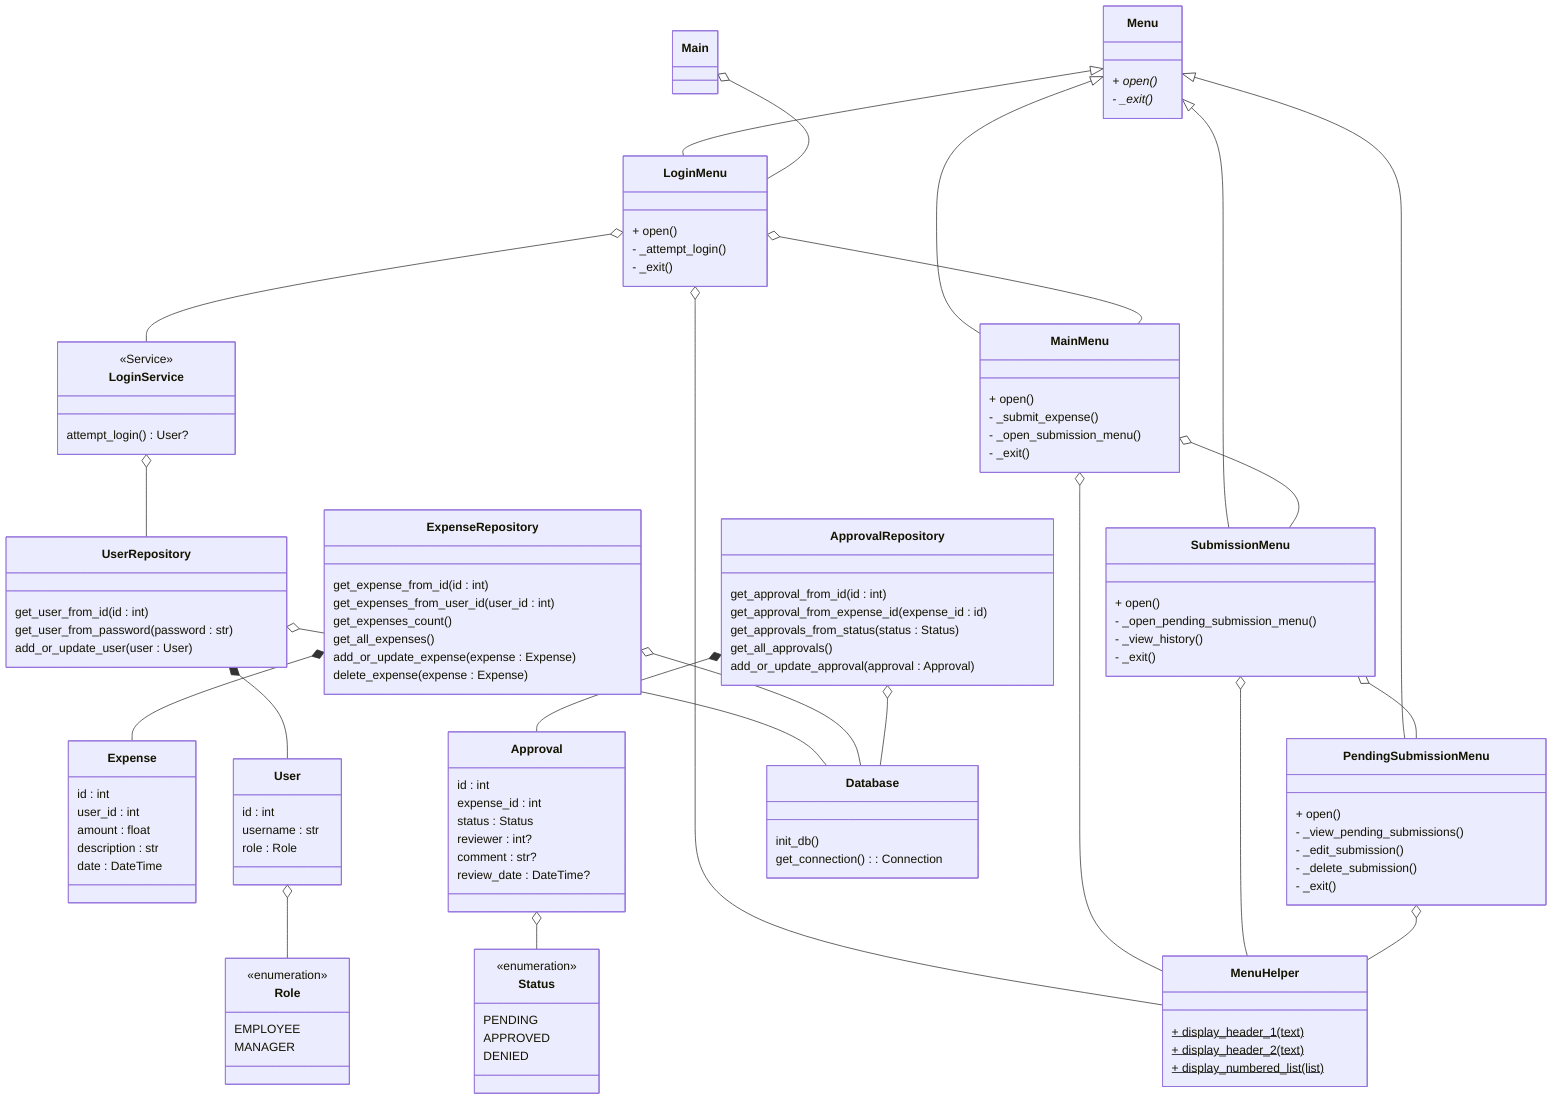
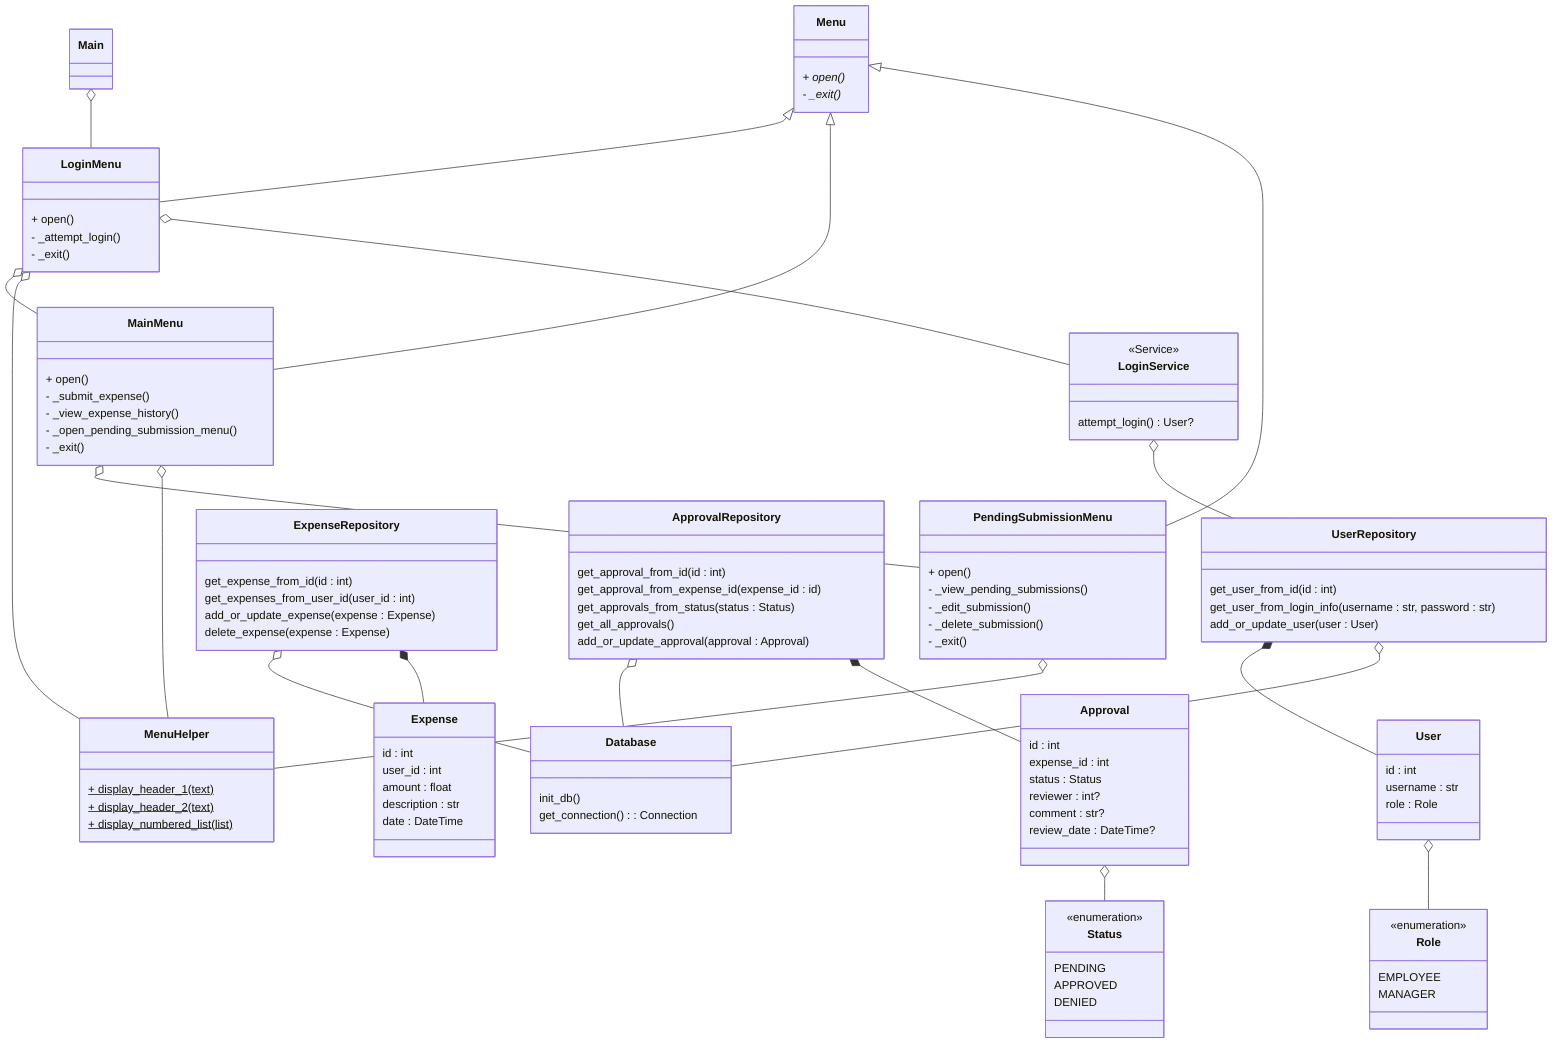
classDiagram
    class LoginService {
        <<Service>>
        attempt_login() User?
    }

    class Expense {
        id : int
        user_id : int
        amount : float
        description : str
        date : DateTime
    }

    class Approval {
        id : int
        expense_id : int
        status : Status
        reviewer : int?
        comment : str?
        review_date : DateTime?
    }

    class User {
        id : int
        username : str
        role : Role
    }

    class Role {
        <<enumeration>>
        EMPLOYEE
        MANAGER
    }

    class Status {
        <<enumeration>>
        PENDING
        APPROVED
        DENIED
    }

    class Menu {
        + open()*
        - _exit()*
    }

    class LoginMenu {
        + open()
        - _attempt_login()
        - _exit()
    }

    class MainMenu {
        + open()
        - _submit_expense()
-         - _open_submission_menu()
-         - _exit()
-     }
- 
-     class SubmissionMenu {
-         + open()
+         - _view_expense_history()
        - _open_pending_submission_menu()
-         - _view_history()
        - _exit()
    }

    class PendingSubmissionMenu {
        + open()
        - _view_pending_submissions()
        - _edit_submission()
        - _delete_submission()
        - _exit()
    }

    class Main { }

    class MenuHelper {
        + display_header_1(text)$
        + display_header_2(text)$
        + display_numbered_list(list)$
    }

    class Database {
        init_db()
        get_connection() : Connection
    }

    class UserRepository {
        get_user_from_id(id : int)
-         get_user_from_password(password : str)
+         get_user_from_login_info(username : str, password : str)
        add_or_update_user(user : User)
    }

    class ExpenseRepository {
        get_expense_from_id(id : int)
        get_expenses_from_user_id(user_id : int)
-         get_expenses_count()
-         get_all_expenses()
        add_or_update_expense(expense : Expense)
        delete_expense(expense : Expense)
    }

    class ApprovalRepository {
        get_approval_from_id(id : int)
        get_approval_from_expense_id(expense_id : id)
        get_approvals_from_status(status : Status)
        get_all_approvals()
        add_or_update_approval(approval : Approval)
    }



    Approval o-- Status
    User o-- Role

    Menu <|-- LoginMenu
    Menu <|-- MainMenu
-     Menu <|-- SubmissionMenu
    Menu <|-- PendingSubmissionMenu

    Main o-- LoginMenu
    LoginMenu o-- MainMenu
-     MainMenu o-- SubmissionMenu
-     SubmissionMenu o-- PendingSubmissionMenu
+     MainMenu o-- PendingSubmissionMenu

    LoginMenu o-- MenuHelper
    MainMenu o-- MenuHelper
-     SubmissionMenu o-- MenuHelper
    PendingSubmissionMenu o-- MenuHelper

    LoginMenu o-- LoginService

    UserRepository *-- User
    LoginService o-- UserRepository
    UserRepository o-- Database
    ExpenseRepository o-- Database
    ApprovalRepository o-- Database

    ExpenseRepository *-- Expense
    ApprovalRepository *-- Approval